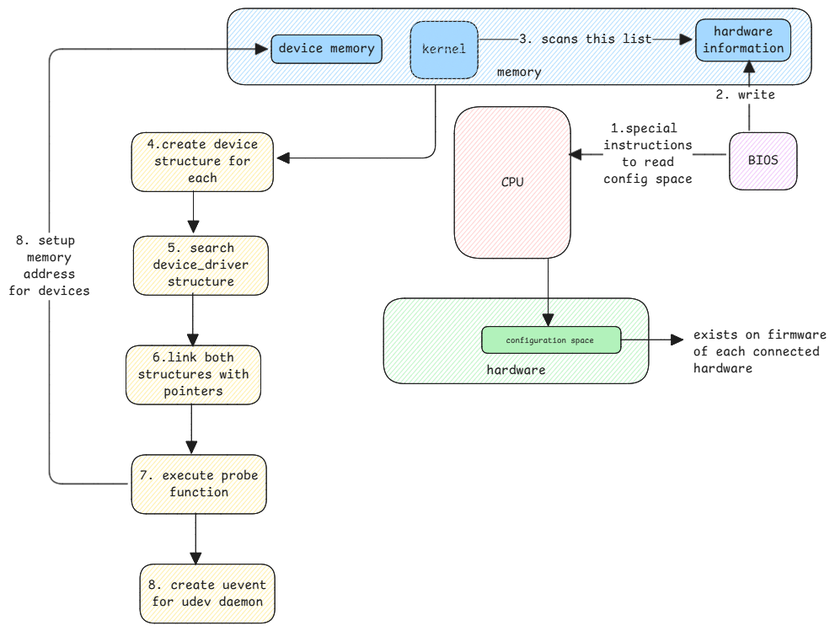
Before: static/img/unix-driver-registration.excalidraw.png, a diagram exported from Excalidraw (swaroopar/inprogress-engineer). Source tidied: one line per element, renumbered; positions are measured from the earlier drawing's top-left corner, leaving out a move shared by most shapes. Source of this version:
```json
{"id": 0, "type": "rectangle", "strokeColor": "#1e1e1e", "backgroundColor": "#ffc9c9", "fillStyle": "hachure", "strokeWidth": 1, "roughness": 0, "round": true, "x": 529, "y": 117, "width": 138, "height": 180}
{"id": 1, "type": "text", "text": "CPU", "strokeColor": "#1e1e1e", "strokeWidth": 1, "roughness": 0, "fontSize": 16, "fontFamily": 8, "textAlign": "center", "verticalAlign": "middle", "inside": 0, "x": 585, "y": 197, "width": 26, "height": 20}
{"id": 2, "type": "rectangle", "strokeColor": "#1e1e1e", "backgroundColor": "#eebefa", "fillStyle": "hachure", "strokeWidth": 1, "roughness": 0, "round": true, "x": 856, "y": 147, "width": 80, "height": 68}
{"id": 3, "type": "text", "text": "BIOS", "strokeColor": "#1e1e1e", "strokeWidth": 1, "roughness": 0, "fontSize": 16, "fontFamily": 8, "textAlign": "center", "verticalAlign": "middle", "inside": 2, "x": 878, "y": 171, "width": 35, "height": 20}
{"id": 4, "type": "rectangle", "strokeColor": "#1e1e1e", "backgroundColor": "#b2f2bb", "fillStyle": "hachure", "strokeWidth": 1, "roughness": 0, "round": true, "x": 445, "y": 344, "width": 315, "height": 101}
{"id": 5, "type": "text", "text": "hardware", "strokeColor": "#1e1e1e", "strokeWidth": 1, "roughness": 0, "fontSize": 16, "fontFamily": 8, "textAlign": "center", "verticalAlign": "bottom", "inside": 4, "x": 567, "y": 420, "width": 70, "height": 20}
{"id": 6, "type": "rectangle", "strokeColor": "#1e1e1e", "backgroundColor": "#a5d8ff", "fillStyle": "solid", "strokeWidth": 1, "roughness": 0, "round": true, "x": 477, "y": 15, "width": 80, "height": 68}
{"id": 7, "type": "text", "text": "kernel", "strokeColor": "#1e1e1e", "strokeWidth": 1, "roughness": 0, "fontSize": 16, "fontFamily": 8, "textAlign": "center", "verticalAlign": "middle", "inside": 6, "x": 491, "y": 39, "width": 53, "height": 20}
{"id": 8, "type": "arrow", "strokeColor": "#1e1e1e", "strokeWidth": 1, "roughness": 0, "endArrowhead": "triangle", "round": true, "to": 0, "x": 852, "y": 173, "width": 186, "height": 0, "points": [[0, 0], [-186, 0]]}
{"id": 9, "type": "text", "text": "1.special \ninstructions\nto read\nconfig space", "strokeColor": "#1e1e1e", "strokeWidth": 1, "roughness": 0, "fontSize": 16, "fontFamily": 8, "textAlign": "center", "verticalAlign": "middle", "inside": 8, "x": 706, "y": 133, "width": 106, "height": 80}
{"id": 10, "type": "rectangle", "strokeColor": "#1e1e1e", "backgroundColor": "#a5d8ff", "fillStyle": "hachure", "strokeWidth": 1, "roughness": 0, "round": true, "x": 260, "y": 0, "width": 693, "height": 91}
{"id": 11, "type": "text", "text": "memory", "strokeColor": "#1e1e1e", "strokeWidth": 1, "roughness": 0, "fontSize": 16, "fontFamily": 8, "textAlign": "center", "verticalAlign": "bottom", "inside": 10, "x": 580, "y": 66, "width": 53, "height": 20}
{"id": 12, "type": "rectangle", "strokeColor": "#1e1e1e", "backgroundColor": "#b2f2bb", "fillStyle": "solid", "strokeWidth": 1, "roughness": 0, "round": true, "x": 562, "y": 378, "width": 165, "height": 32}
{"id": 13, "type": "text", "text": "configuration space", "strokeColor": "#1e1e1e", "strokeWidth": 1, "roughness": 0, "fontSize": 9.99, "fontFamily": 8, "x": 591, "y": 388, "width": 104, "height": 12}
{"id": 14, "type": "arrow", "strokeColor": "#1e1e1e", "strokeWidth": 1, "roughness": 0, "endArrowhead": "triangle", "round": true, "from": 0, "x": 641, "y": 297, "width": 0, "height": 80, "points": [[0, 0], [0, 80]]}
{"id": 15, "type": "rectangle", "strokeColor": "#1e1e1e", "backgroundColor": "#a5d8ff", "fillStyle": "solid", "strokeWidth": 1, "roughness": 0, "round": true, "x": 816, "y": 13, "width": 113, "height": 50}
{"id": 16, "type": "text", "text": "hardware\ninformation", "strokeColor": "#1e1e1e", "strokeWidth": 1, "roughness": 0, "fontSize": 16, "fontFamily": 8, "textAlign": "center", "verticalAlign": "middle", "inside": 15, "x": 824, "y": 18, "width": 97, "height": 40}
{"id": 17, "type": "arrow", "strokeColor": "#1e1e1e", "strokeWidth": 1, "roughness": 0, "endArrowhead": "triangle", "round": true, "x": 879, "y": 145, "width": 0, "height": 83, "points": [[0, 0], [0, -83]]}
{"id": 18, "type": "text", "text": "2. write ", "strokeColor": "#1e1e1e", "strokeWidth": 1, "roughness": 0, "fontSize": 16, "fontFamily": 8, "textAlign": "center", "verticalAlign": "middle", "inside": 17, "x": 840, "y": 93, "width": 79, "height": 20}
{"id": 19, "type": "arrow", "strokeColor": "#1e1e1e", "strokeWidth": 1, "roughness": 0, "startArrowhead": "triangle", "from": 15, "x": 811, "y": 37, "width": 252, "height": 0, "points": [[0, 0], [-252, 0]]}
{"id": 20, "type": "text", "text": "3. scans this list", "strokeColor": "#1e1e1e", "strokeWidth": 1, "roughness": 0, "fontSize": 16, "fontFamily": 8, "textAlign": "center", "verticalAlign": "middle", "inside": 19, "x": 410, "y": 102, "width": 158, "height": 20}
{"id": 21, "type": "rectangle", "strokeColor": "#1e1e1e", "backgroundColor": "#ffec99", "fillStyle": "hachure", "strokeWidth": 1, "roughness": 0, "round": true, "x": 146, "y": 147, "width": 168, "height": 70}
{"id": 22, "type": "text", "text": "4.create device\nstructure for\neach", "strokeColor": "#1e1e1e", "strokeWidth": 1, "roughness": 0, "fontSize": 16, "fontFamily": 8, "textAlign": "center", "verticalAlign": "middle", "inside": 21, "x": 164, "y": 152, "width": 132, "height": 60}
{"id": 23, "type": "rectangle", "strokeColor": "#1e1e1e", "backgroundColor": "#a5d8ff", "fillStyle": "solid", "strokeWidth": 1, "roughness": 0, "round": true, "x": 312, "y": 31, "width": 131, "height": 34}
{"id": 24, "type": "text", "text": "device memory", "strokeColor": "#1e1e1e", "strokeWidth": 1, "roughness": 0, "fontSize": 16, "fontFamily": 8, "textAlign": "center", "verticalAlign": "middle", "inside": 23, "x": 320, "y": 38, "width": 114, "height": 20}
{"id": 25, "type": "rectangle", "strokeColor": "#1e1e1e", "backgroundColor": "#ffec99", "fillStyle": "hachure", "strokeWidth": 1, "roughness": 0, "round": true, "x": 148, "y": 270, "width": 160, "height": 70}
{"id": 26, "type": "text", "text": "5. search\ndevice_driver\nstructure", "strokeColor": "#1e1e1e", "strokeWidth": 1, "roughness": 0, "fontSize": 16, "fontFamily": 8, "textAlign": "center", "verticalAlign": "middle", "inside": 25, "x": 171, "y": 275, "width": 114, "height": 60}
{"id": 27, "type": "arrow", "strokeColor": "#1e1e1e", "backgroundColor": "#ffec99", "fillStyle": "hachure", "strokeWidth": 1, "roughness": 0, "endArrowhead": "triangle", "from": 21, "x": 220, "y": 216, "width": 0, "height": 50, "points": [[0, 0], [0, 50]]}
{"id": 28, "type": "rectangle", "strokeColor": "#1e1e1e", "backgroundColor": "#ffec99", "fillStyle": "hachure", "strokeWidth": 1, "roughness": 0, "round": true, "x": 140, "y": 400, "width": 160, "height": 70}
{"id": 29, "type": "text", "text": "6.link both\nstructures with\npointers", "strokeColor": "#1e1e1e", "strokeWidth": 1, "roughness": 0, "fontSize": 16, "fontFamily": 8, "textAlign": "center", "verticalAlign": "middle", "inside": 28, "x": 154, "y": 405, "width": 132, "height": 60}
{"id": 30, "type": "arrow", "strokeColor": "#1e1e1e", "backgroundColor": "#ffec99", "fillStyle": "hachure", "strokeWidth": 1, "roughness": 0, "endArrowhead": "triangle", "x": 219, "y": 338, "width": 0, "height": 63, "points": [[0, 0], [0, 63]]}
{"id": 31, "type": "rectangle", "strokeColor": "#1e1e1e", "backgroundColor": "#ffec99", "fillStyle": "hachure", "strokeWidth": 1, "roughness": 0, "round": true, "x": 146, "y": 530, "width": 160, "height": 70}
{"id": 32, "type": "text", "text": "7. execute probe\nfunction", "strokeColor": "#1e1e1e", "strokeWidth": 1, "roughness": 0, "fontSize": 16, "fontFamily": 8, "textAlign": "center", "verticalAlign": "middle", "inside": 31, "x": 156, "y": 545, "width": 141, "height": 40}
{"id": 33, "type": "arrow", "strokeColor": "#1e1e1e", "backgroundColor": "#ffec99", "fillStyle": "hachure", "strokeWidth": 1, "roughness": 0, "endArrowhead": "triangle", "x": 217, "y": 469, "width": 0, "height": 59, "points": [[0, 0], [0, 59]]}
{"id": 34, "type": "arrow", "strokeColor": "#1e1e1e", "strokeWidth": 1, "roughness": 0, "endArrowhead": "triangle", "from": 6, "to": 21, "x": 507, "y": 91, "width": 187, "height": 86, "points": [[0, 0], [0, 86], [-187, 86]]}
{"id": 35, "type": "arrow", "strokeColor": "#1e1e1e", "strokeWidth": 1, "roughness": 0, "endArrowhead": "triangle", "from": 31, "to": 23, "x": 141, "y": 564, "width": 259, "height": 516, "points": [[0, 0], [-93, 0], [-93, -516], [166, -516]]}
{"id": 36, "type": "text", "text": "8. setup \nmemory\naddress\nfor devices", "strokeColor": "#1e1e1e", "strokeWidth": 1, "roughness": 0, "fontSize": 16, "fontFamily": 8, "textAlign": "center", "verticalAlign": "middle", "inside": 35, "x": 0, "y": 266, "width": 97, "height": 80}
{"id": 37, "type": "arrow", "strokeColor": "#1e1e1e", "strokeWidth": 1, "roughness": 0, "endArrowhead": "triangle", "x": 726, "y": 393, "width": 74, "height": 0, "points": [[0, 0], [74, 0]]}
{"id": 38, "type": "text", "text": "exists on firmware\nof each connected\nhardware", "strokeColor": "#1e1e1e", "strokeWidth": 1, "roughness": 0, "fontSize": 16, "fontFamily": 8, "x": 813, "y": 378, "width": 158, "height": 60}
{"id": 39, "type": "rectangle", "strokeColor": "#1e1e1e", "backgroundColor": "#ffec99", "fillStyle": "hachure", "strokeWidth": 1, "roughness": 0, "round": true, "x": 156, "y": 660, "width": 160, "height": 70}
{"id": 40, "type": "text", "text": "8. create uevent\nfor udev daemon", "strokeColor": "#1e1e1e", "strokeWidth": 1, "roughness": 0, "fontSize": 16, "fontFamily": 8, "textAlign": "center", "verticalAlign": "middle", "inside": 39, "x": 166, "y": 675, "width": 141, "height": 40}
{"id": 41, "type": "arrow", "strokeColor": "#1e1e1e", "backgroundColor": "#ffec99", "fillStyle": "hachure", "strokeWidth": 1, "roughness": 0, "endArrowhead": "triangle", "from": 31, "x": 222, "y": 599, "width": 0, "height": 61, "points": [[0, 0], [0, 61]]}
```
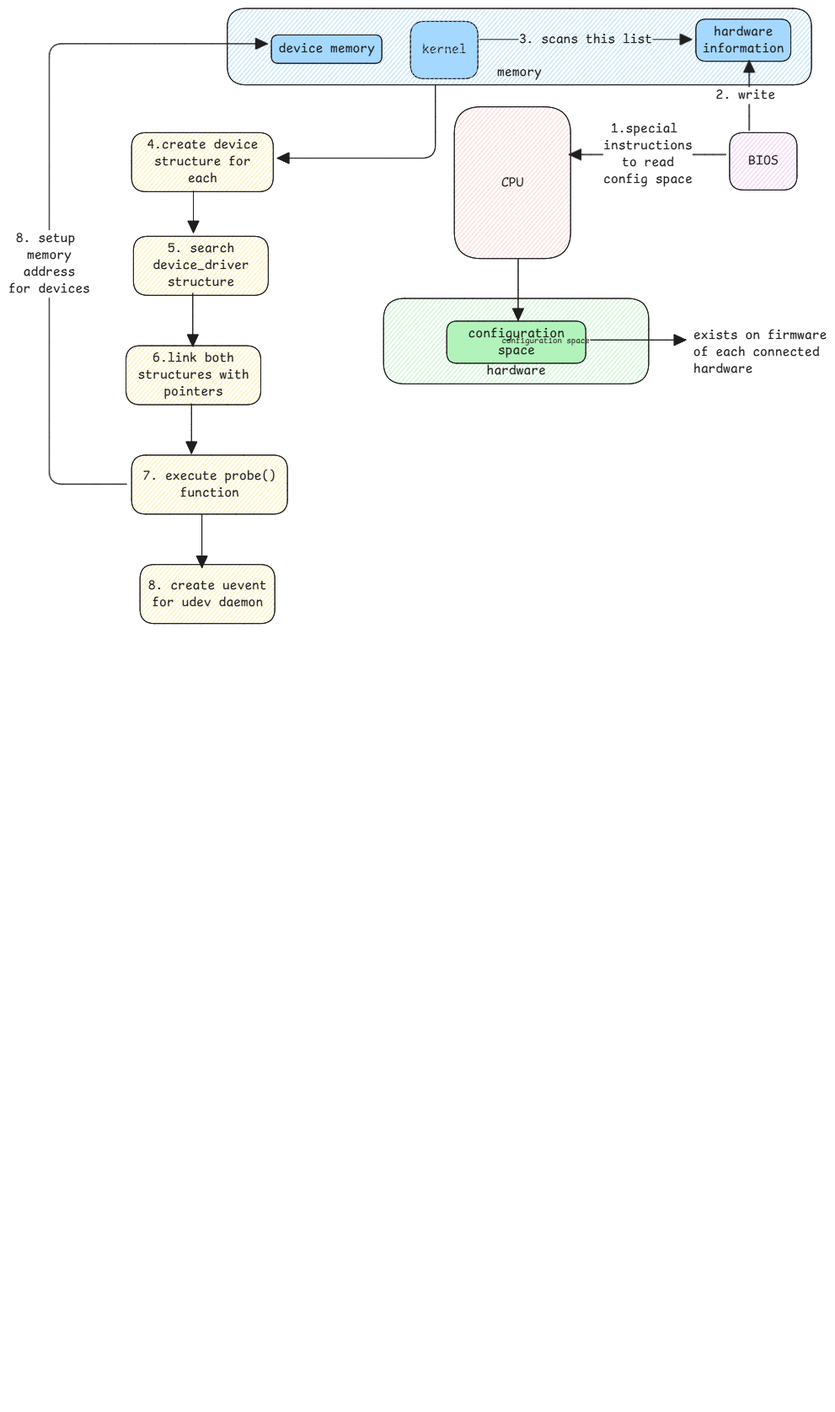
The same file after the commit.

The edit, as a diff of the source:
```diff
@@ -10,9 +10,9 @@
 {"id": 9, "type": "text", "text": "1.special \ninstructions\nto read\nconfig space", "strokeColor": "#1e1e1e", "strokeWidth": 1, "roughness": 0, "fontSize": 16, "fontFamily": 8, "textAlign": "center", "verticalAlign": "middle", "inside": 8, "x": 706, "y": 133, "width": 106, "height": 80}
 {"id": 10, "type": "rectangle", "strokeColor": "#1e1e1e", "backgroundColor": "#a5d8ff", "fillStyle": "hachure", "strokeWidth": 1, "roughness": 0, "round": true, "x": 260, "y": 0, "width": 693, "height": 91}
 {"id": 11, "type": "text", "text": "memory", "strokeColor": "#1e1e1e", "strokeWidth": 1, "roughness": 0, "fontSize": 16, "fontFamily": 8, "textAlign": "center", "verticalAlign": "bottom", "inside": 10, "x": 580, "y": 66, "width": 53, "height": 20}
-{"id": 12, "type": "rectangle", "strokeColor": "#1e1e1e", "backgroundColor": "#b2f2bb", "fillStyle": "solid", "strokeWidth": 1, "roughness": 0, "round": true, "x": 562, "y": 378, "width": 165, "height": 32}
+{"id": 12, "type": "rectangle", "strokeColor": "#1e1e1e", "backgroundColor": "#b2f2bb", "fillStyle": "solid", "strokeWidth": 1, "roughness": 0, "round": true, "x": 520, "y": 371, "width": 165, "height": 50}
-{"id": 13, "type": "text", "text": "configuration space", "strokeColor": "#1e1e1e", "strokeWidth": 1, "roughness": 0, "fontSize": 9.99, "fontFamily": 8, "x": 591, "y": 388, "width": 104, "height": 12}
+{"id": 13, "type": "text", "text": "configuration\nspace", "strokeColor": "#1e1e1e", "strokeWidth": 2, "roughness": 1, "fontSize": 16, "fontFamily": 8, "textAlign": "center", "verticalAlign": "middle", "inside": 12, "x": 546, "y": 376, "width": 114, "height": 40}
-{"id": 14, "type": "arrow", "strokeColor": "#1e1e1e", "strokeWidth": 1, "roughness": 0, "endArrowhead": "triangle", "round": true, "from": 0, "x": 641, "y": 297, "width": 0, "height": 80, "points": [[0, 0], [0, 80]]}
+{"id": 14, "type": "arrow", "strokeColor": "#1e1e1e", "strokeWidth": 1, "roughness": 0, "endArrowhead": "triangle", "round": true, "from": 0, "x": 605, "y": 297, "width": 0, "height": 72, "points": [[0, 0], [0, 72]]}
 {"id": 15, "type": "rectangle", "strokeColor": "#1e1e1e", "backgroundColor": "#a5d8ff", "fillStyle": "solid", "strokeWidth": 1, "roughness": 0, "round": true, "x": 816, "y": 13, "width": 113, "height": 50}
 {"id": 16, "type": "text", "text": "hardware\ninformation", "strokeColor": "#1e1e1e", "strokeWidth": 1, "roughness": 0, "fontSize": 16, "fontFamily": 8, "textAlign": "center", "verticalAlign": "middle", "inside": 15, "x": 824, "y": 18, "width": 97, "height": 40}
 {"id": 17, "type": "arrow", "strokeColor": "#1e1e1e", "strokeWidth": 1, "roughness": 0, "endArrowhead": "triangle", "round": true, "x": 879, "y": 145, "width": 0, "height": 83, "points": [[0, 0], [0, -83]]}
@@ -29,14 +29,14 @@
 {"id": 28, "type": "rectangle", "strokeColor": "#1e1e1e", "backgroundColor": "#ffec99", "fillStyle": "hachure", "strokeWidth": 1, "roughness": 0, "round": true, "x": 140, "y": 400, "width": 160, "height": 70}
 {"id": 29, "type": "text", "text": "6.link both\nstructures with\npointers", "strokeColor": "#1e1e1e", "strokeWidth": 1, "roughness": 0, "fontSize": 16, "fontFamily": 8, "textAlign": "center", "verticalAlign": "middle", "inside": 28, "x": 154, "y": 405, "width": 132, "height": 60}
 {"id": 30, "type": "arrow", "strokeColor": "#1e1e1e", "backgroundColor": "#ffec99", "fillStyle": "hachure", "strokeWidth": 1, "roughness": 0, "endArrowhead": "triangle", "x": 219, "y": 338, "width": 0, "height": 63, "points": [[0, 0], [0, 63]]}
-{"id": 31, "type": "rectangle", "strokeColor": "#1e1e1e", "backgroundColor": "#ffec99", "fillStyle": "hachure", "strokeWidth": 1, "roughness": 0, "round": true, "x": 146, "y": 530, "width": 160, "height": 70}
+{"id": 31, "type": "rectangle", "strokeColor": "#1e1e1e", "backgroundColor": "#ffec99", "fillStyle": "hachure", "strokeWidth": 1, "roughness": 0, "round": true, "x": 146, "y": 530, "width": 185, "height": 70}
-{"id": 32, "type": "text", "text": "7. execute probe\nfunction", "strokeColor": "#1e1e1e", "strokeWidth": 1, "roughness": 0, "fontSize": 16, "fontFamily": 8, "textAlign": "center", "verticalAlign": "middle", "inside": 31, "x": 156, "y": 545, "width": 141, "height": 40}
+{"id": 32, "type": "text", "text": "7. execute probe()\nfunction", "strokeColor": "#1e1e1e", "strokeWidth": 1, "roughness": 0, "fontSize": 16, "fontFamily": 8, "textAlign": "center", "verticalAlign": "middle", "inside": 31, "x": 159, "y": 545, "width": 158, "height": 40}
 {"id": 33, "type": "arrow", "strokeColor": "#1e1e1e", "backgroundColor": "#ffec99", "fillStyle": "hachure", "strokeWidth": 1, "roughness": 0, "endArrowhead": "triangle", "x": 217, "y": 469, "width": 0, "height": 59, "points": [[0, 0], [0, 59]]}
 {"id": 34, "type": "arrow", "strokeColor": "#1e1e1e", "strokeWidth": 1, "roughness": 0, "endArrowhead": "triangle", "from": 6, "to": 21, "x": 507, "y": 91, "width": 187, "height": 86, "points": [[0, 0], [0, 86], [-187, 86]]}
-{"id": 35, "type": "arrow", "strokeColor": "#1e1e1e", "strokeWidth": 1, "roughness": 0, "endArrowhead": "triangle", "from": 31, "to": 23, "x": 141, "y": 564, "width": 259, "height": 516, "points": [[0, 0], [-93, 0], [-93, -516], [166, -516]]}
+{"id": 35, "type": "arrow", "strokeColor": "#1e1e1e", "strokeWidth": 1, "roughness": 0, "endArrowhead": "triangle", "from": 31, "to": 23, "x": 140, "y": 564, "width": 259, "height": 523, "points": [[0, 0], [-92, 0], [-92, -523], [167, -523]]}
 {"id": 36, "type": "text", "text": "8. setup \nmemory\naddress\nfor devices", "strokeColor": "#1e1e1e", "strokeWidth": 1, "roughness": 0, "fontSize": 16, "fontFamily": 8, "textAlign": "center", "verticalAlign": "middle", "inside": 35, "x": 0, "y": 266, "width": 97, "height": 80}
-{"id": 37, "type": "arrow", "strokeColor": "#1e1e1e", "strokeWidth": 1, "roughness": 0, "endArrowhead": "triangle", "x": 726, "y": 393, "width": 74, "height": 0, "points": [[0, 0], [74, 0]]}
+{"id": 37, "type": "arrow", "strokeColor": "#1e1e1e", "strokeWidth": 1, "roughness": 0, "endArrowhead": "triangle", "to": 38, "x": 691, "y": 393, "width": 113, "height": 0, "points": [[0, 0], [113, 0]]}
 {"id": 38, "type": "text", "text": "exists on firmware\nof each connected\nhardware", "strokeColor": "#1e1e1e", "strokeWidth": 1, "roughness": 0, "fontSize": 16, "fontFamily": 8, "x": 813, "y": 378, "width": 158, "height": 60}
 {"id": 39, "type": "rectangle", "strokeColor": "#1e1e1e", "backgroundColor": "#ffec99", "fillStyle": "hachure", "strokeWidth": 1, "roughness": 0, "round": true, "x": 156, "y": 660, "width": 160, "height": 70}
 {"id": 40, "type": "text", "text": "8. create uevent\nfor udev daemon", "strokeColor": "#1e1e1e", "strokeWidth": 1, "roughness": 0, "fontSize": 16, "fontFamily": 8, "textAlign": "center", "verticalAlign": "middle", "inside": 39, "x": 166, "y": 675, "width": 141, "height": 40}
-{"id": 41, "type": "arrow", "strokeColor": "#1e1e1e", "backgroundColor": "#ffec99", "fillStyle": "hachure", "strokeWidth": 1, "roughness": 0, "endArrowhead": "triangle", "from": 31, "x": 222, "y": 599, "width": 0, "height": 61, "points": [[0, 0], [0, 61]]}
+{"id": 41, "type": "arrow", "strokeColor": "#1e1e1e", "backgroundColor": "#ffec99", "fillStyle": "hachure", "strokeWidth": 1, "roughness": 0, "endArrowhead": "triangle", "from": 31, "x": 230, "y": 600, "width": 0, "height": 63, "points": [[0, 0], [0, 63]]}
```
